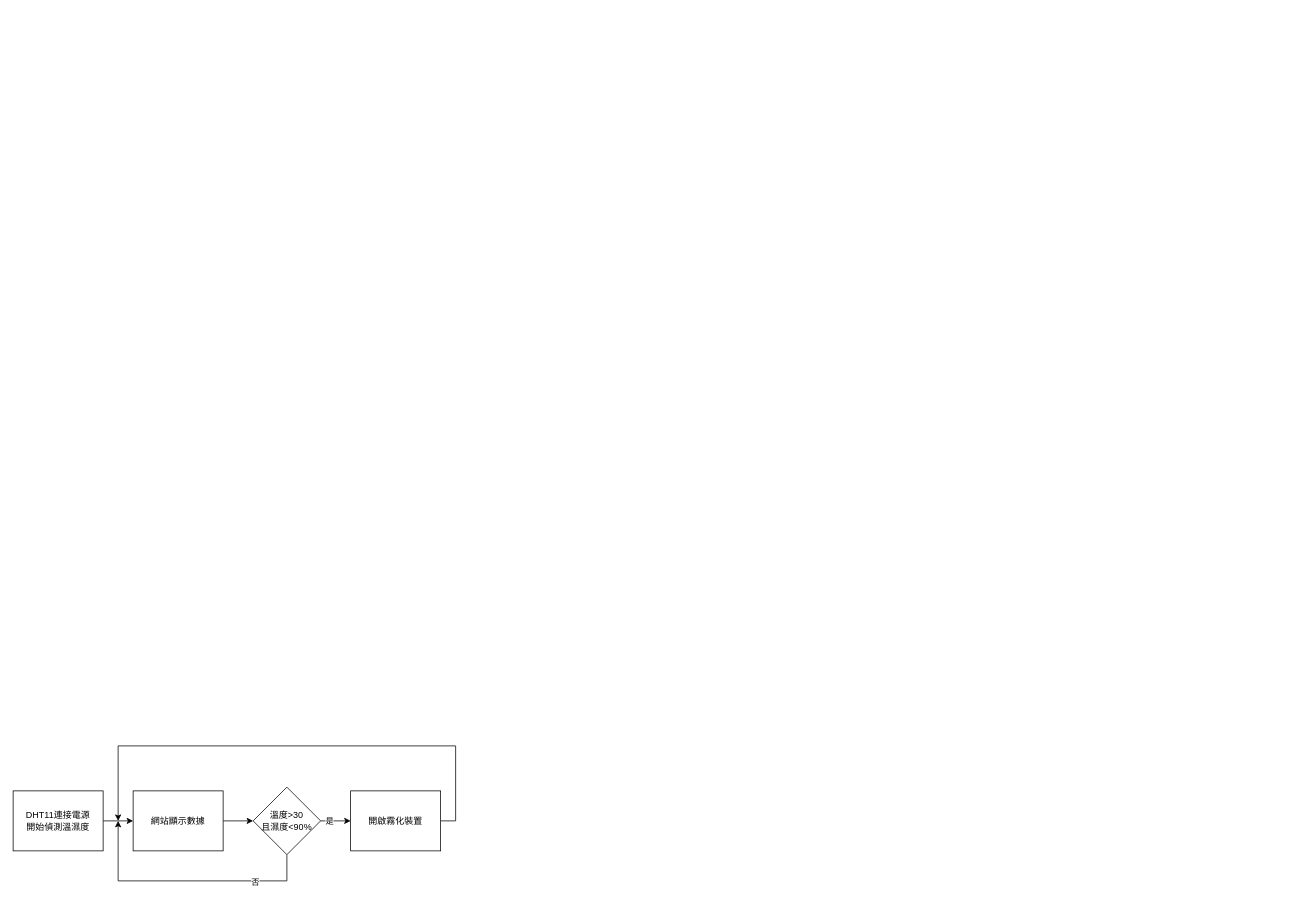
This is dht11.drawio from shuuuuyu/draw.io, a draw.io file, before an edit. Source tidied: cells renumbered, new cells numbered last; positions are measured from the earlier drawing's top-left corner, leaving out a move shared by most shapes. Both pictures are drawn from the tidied source at 75%, with x=0, y=0 at pixel (13, 746).
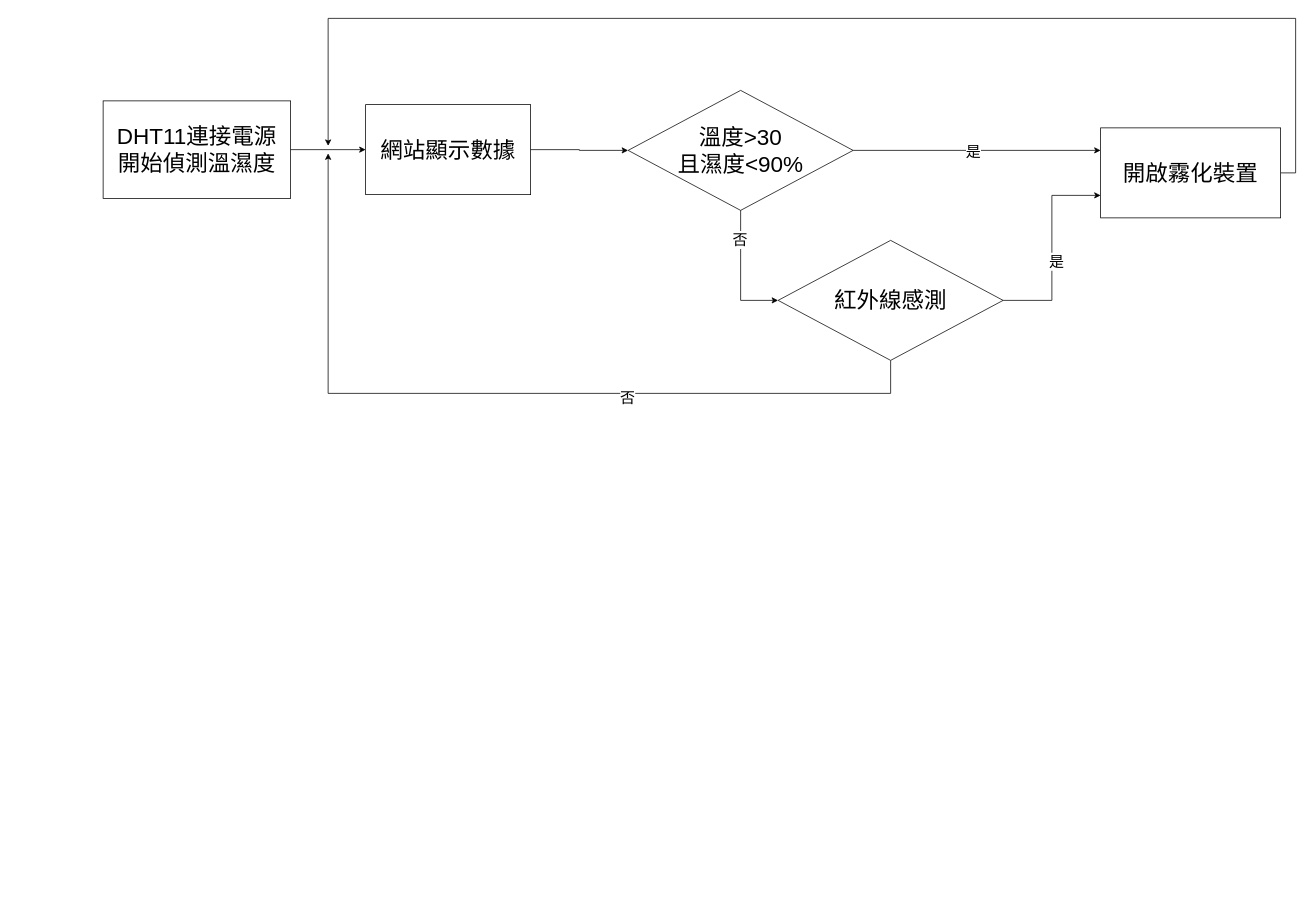
The same diagram, later.

What changed in the source:
```diff
@@
+    <mxCell id="8" value="&lt;font style=&quot;font-size: 30px;&quot;&gt;溫度&amp;gt;30&lt;/font&gt;&lt;div&gt;&lt;font style=&quot;font-size: 30px;&quot;&gt;且濕度&amp;lt;90%&lt;/font&gt;&lt;/div&gt;" style="rhombus;whiteSpace=wrap;html=1;" parent="1" vertex="1">
+      <mxGeometry x="820" y="-874" width="300" height="160" as="geometry" />
+    </mxCell>
+    <mxCell id="13" style="edgeStyle=orthogonalEdgeStyle;rounded=0;jettySize=auto;html=1;exitX=1;exitY=0.5;exitDx=0;exitDy=0;" parent="1" edge="1" source="12">
+      <mxGeometry relative="1" as="geometry">
+        <mxPoint x="420" y="-800" as="targetPoint" />
+        <Array as="points">
+          <mxPoint x="1710" y="-764" />
+          <mxPoint x="1710" y="-970" />
+          <mxPoint x="420" y="-970" />
+        </Array>
+      </mxGeometry>
+    </mxCell>
+    <mxCell id="12" value="&lt;font style=&quot;font-size: 30px;&quot;&gt;開啟霧化裝置&lt;/font&gt;" style="whiteSpace=wrap;html=1;" parent="1" vertex="1">
+      <mxGeometry x="1450" y="-824" width="240" height="120" as="geometry" />
+    </mxCell>
+    <mxCell id="14" style="edgeStyle=orthogonalEdgeStyle;rounded=0;jettySize=auto;html=1;exitX=0.5;exitY=1;exitDx=0;exitDy=0;" parent="1" edge="1" source="16">
+      <mxGeometry relative="1" as="geometry">
+        <mxPoint x="420" y="-790" as="targetPoint" />
+        <Array as="points">
+          <mxPoint x="1170" y="-470" />
+          <mxPoint x="420" y="-470" />
+        </Array>
+      </mxGeometry>
+    </mxCell>
+    <mxCell id="15" value="&lt;font style=&quot;font-size: 20px;&quot;&gt;否&lt;/font&gt;" style="edgeLabel;html=1;align=center;verticalAlign=middle;" parent="14" vertex="1">
+      <mxGeometry x="-0.29" y="4" relative="1" as="geometry">
+        <mxPoint x="-1" as="offset" />
+      </mxGeometry>
+    </mxCell>
+    <mxCell id="16" value="&lt;span style=&quot;font-size: 30px;&quot;&gt;紅外線感測&lt;/span&gt;" style="rhombus;whiteSpace=wrap;html=1;" parent="1" vertex="1">
+      <mxGeometry x="1020" y="-674" width="300" height="160" as="geometry" />
+    </mxCell>
+    <mxCell id="10" value="&lt;font style=&quot;font-size: 30px;&quot;&gt;網站顯示數據&lt;/font&gt;" style="rounded=0;whiteSpace=wrap;html=1;" parent="1" vertex="1">
+      <mxGeometry x="470" y="-855" width="220" height="120" as="geometry" />
+    </mxCell>
+    <mxCell id="3" value="&lt;font style=&quot;font-size: 30px;&quot;&gt;DHT11連接電源&lt;/font&gt;&lt;div&gt;&lt;font style=&quot;font-size: 30px;&quot;&gt;開始偵測溫濕度&lt;/font&gt;&lt;/div&gt;" style="rounded=0;whiteSpace=wrap;html=1;" parent="1" vertex="1">
+      <mxGeometry x="120" y="-860" width="250" height="130" as="geometry" />
+    </mxCell>
+    <mxCell id="17" style="edgeStyle=orthogonalEdgeStyle;rounded=0;jettySize=auto;html=1;exitX=0.5;exitY=1;exitDx=0;exitDy=0;entryX=0;entryY=0.5;entryDx=0;entryDy=0;" parent="1" edge="1" source="8" target="16">
+      <mxGeometry relative="1" as="geometry" />
+    </mxCell>
+    <mxCell id="18" value="&lt;font style=&quot;font-size: 20px;&quot;&gt;否&lt;/font&gt;" style="edgeLabel;html=1;align=center;verticalAlign=middle;" parent="17" vertex="1">
+      <mxGeometry x="-0.54" y="-2" relative="1" as="geometry">
+        <mxPoint y="-1" as="offset" />
+      </mxGeometry>
+    </mxCell>
+    <mxCell id="4" style="edgeStyle=orthogonalEdgeStyle;rounded=0;jettySize=auto;html=1;exitX=1;exitY=0.5;exitDx=0;exitDy=0;entryX=0;entryY=0.25;entryDx=0;entryDy=0;" parent="1" edge="1" source="8" target="12">
+      <mxGeometry relative="1" as="geometry" />
+    </mxCell>
+    <mxCell id="19" value="&lt;font style=&quot;font-size: 20px;&quot;&gt;是&lt;/font&gt;" style="edgeLabel;html=1;align=center;verticalAlign=middle;" parent="4" vertex="1">
+      <mxGeometry x="-0.03" relative="1" as="geometry">
+        <mxPoint x="-1" as="offset" />
+      </mxGeometry>
+    </mxCell>
+    <mxCell id="9" style="edgeStyle=orthogonalEdgeStyle;rounded=0;jettySize=auto;html=1;exitX=1;exitY=0.5;exitDx=0;exitDy=0;entryX=0;entryY=0.5;entryDx=0;entryDy=0;" parent="1" edge="1" source="10" target="8">
+      <mxGeometry relative="1" as="geometry" />
+    </mxCell>
+    <mxCell id="20" style="edgeStyle=orthogonalEdgeStyle;rounded=0;jettySize=auto;html=1;exitX=1;exitY=0.5;exitDx=0;exitDy=0;entryX=0;entryY=0.75;entryDx=0;entryDy=0;" parent="1" edge="1" source="16" target="12">
+      <mxGeometry relative="1" as="geometry" />
+    </mxCell>
+    <mxCell id="21" value="&lt;font style=&quot;font-size: 20px;&quot;&gt;是&lt;/font&gt;" style="edgeLabel;html=1;align=center;verticalAlign=middle;" parent="20" vertex="1">
+      <mxGeometry x="-0.12" y="-5" relative="1" as="geometry">
+        <mxPoint y="1" as="offset" />
+      </mxGeometry>
+    </mxCell>
@@
-    <mxCell id="3" value="DHT11連接電源&lt;div&gt;開始偵測溫濕度&lt;/div&gt;" style="rounded=0;whiteSpace=wrap;html=1;" parent="1" vertex="1">
-      <mxGeometry y="60" width="120" height="80" as="geometry" />
-    </mxCell>
-    <mxCell id="4" style="edgeStyle=orthogonalEdgeStyle;rounded=0;jettySize=auto;html=1;" parent="1" edge="1" source="8" target="12">
-      <mxGeometry relative="1" as="geometry" />
-    </mxCell>
-    <mxCell id="5" value="是" style="edgeLabel;html=1;align=center;verticalAlign=middle;" parent="4" vertex="1">
-      <mxGeometry x="-0.46" y="1" relative="1" as="geometry" />
-    </mxCell>
-    <mxCell id="6" style="edgeStyle=orthogonalEdgeStyle;rounded=0;jettySize=auto;html=1;exitX=0.5;exitY=1;exitDx=0;exitDy=0;" parent="1" edge="1" source="8">
-      <mxGeometry relative="1" as="geometry">
-        <mxPoint x="140" y="100" as="targetPoint" />
-        <Array as="points">
-          <mxPoint x="365" y="180" />
-          <mxPoint x="140" y="180" />
-        </Array>
-      </mxGeometry>
-    </mxCell>
-    <mxCell id="7" value="否" style="edgeLabel;html=1;align=center;verticalAlign=middle;" parent="6" vertex="1">
-      <mxGeometry x="-0.54" y="1" relative="1" as="geometry" />
-    </mxCell>
-    <mxCell id="8" value="溫度&amp;gt;30&lt;div&gt;且濕度&amp;lt;90%&lt;/div&gt;" style="rhombus;whiteSpace=wrap;html=1;" parent="1" vertex="1">
-      <mxGeometry x="320" y="55" width="90" height="90" as="geometry" />
-    </mxCell>
-    <mxCell id="9" style="edgeStyle=orthogonalEdgeStyle;rounded=0;jettySize=auto;html=1;exitX=1;exitY=0.5;exitDx=0;exitDy=0;entryX=0;entryY=0.5;entryDx=0;entryDy=0;" parent="1" edge="1" source="10" target="8">
-      <mxGeometry relative="1" as="geometry" />
-    </mxCell>
-    <mxCell id="10" value="網站顯示數據" style="rounded=0;whiteSpace=wrap;html=1;" parent="1" vertex="1">
-      <mxGeometry x="160" y="60" width="120" height="80" as="geometry" />
-    </mxCell>
-    <mxCell id="11" style="edgeStyle=orthogonalEdgeStyle;rounded=0;jettySize=auto;html=1;exitX=1;exitY=0.5;exitDx=0;exitDy=0;" parent="1" edge="1" source="12">
-      <mxGeometry relative="1" as="geometry">
-        <mxPoint x="140" y="100" as="targetPoint" />
-        <Array as="points">
-          <mxPoint x="590" y="100" />
-          <mxPoint x="590" />
-          <mxPoint x="140" />
-        </Array>
-      </mxGeometry>
-    </mxCell>
-    <mxCell id="12" value="開啟霧化裝置" style="whiteSpace=wrap;html=1;" parent="1" vertex="1">
-      <mxGeometry x="450" y="60" width="120" height="80" as="geometry" />
-    </mxCell>
```
